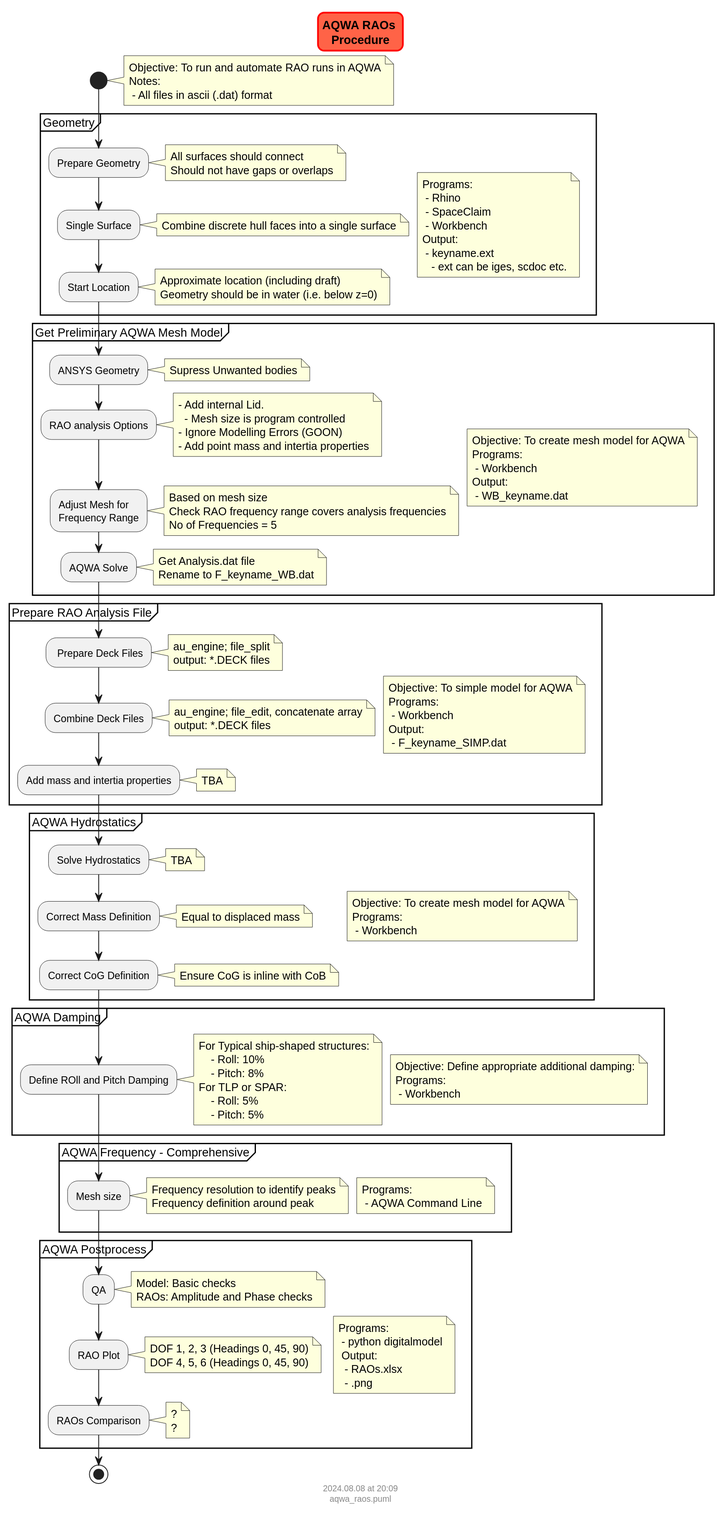
Above: docs/pkg_ansys/aqwa/flowcharts/aqwa_raos.svg in vamseeachanta/digitalmodel (PlantUML), before the change.
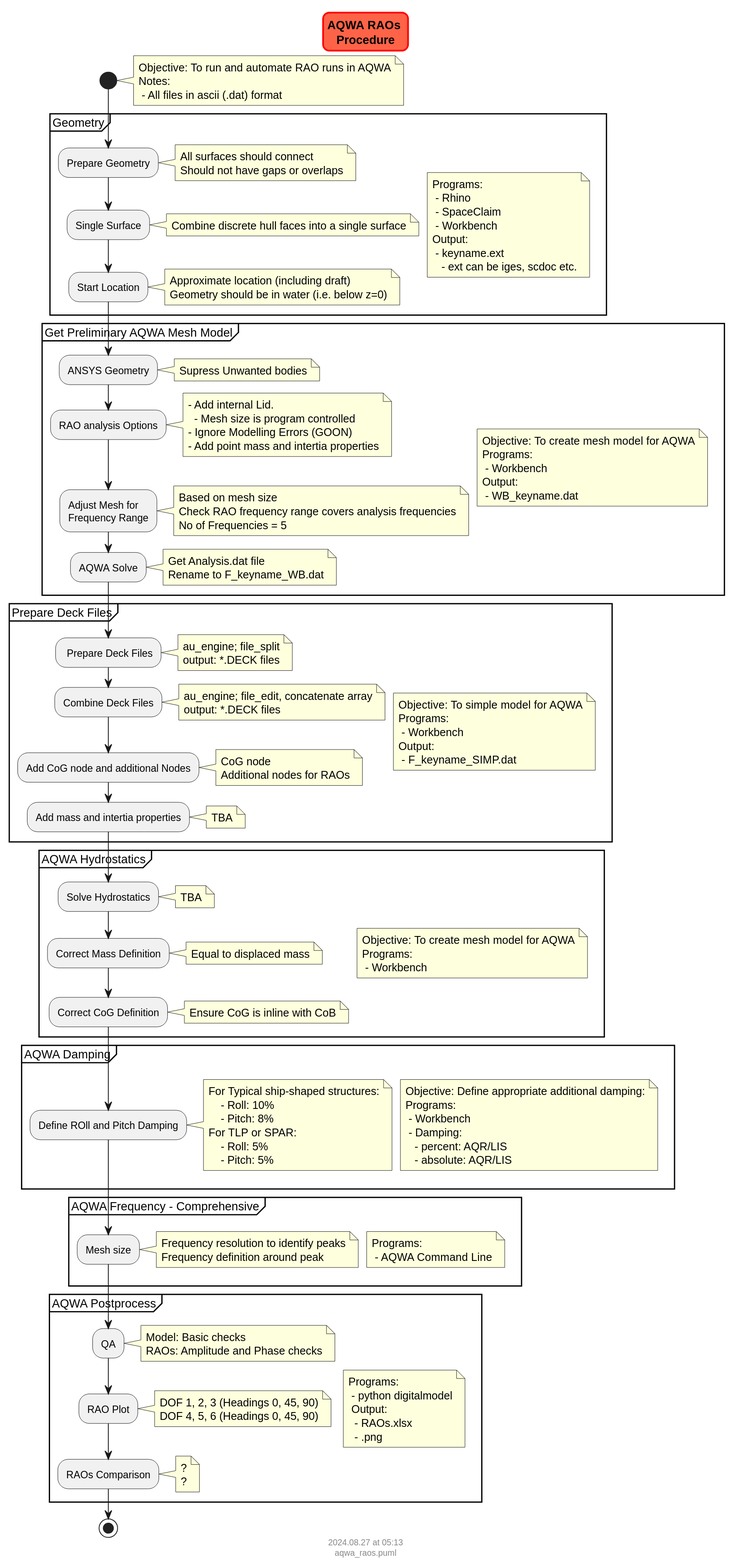
After the change.

Change to the diagram source:
```diff
@@ -84,7 +84,7 @@
 
     }
 
-    partition "Prepare RAO Analysis File" {
+    partition "Prepare Deck Files" {
             note right
                 Objective: To simple model for AQWA
                 Programs:
@@ -103,6 +103,12 @@
             note right
                 au_engine; file_edit, concatenate array
                 output: *.DECK files
+            end note
+
+        :Add CoG node and additional Nodes;
+            note right
+                CoG node
+                Additional nodes for RAOs
             end note
 
         :Add mass and intertia properties;
@@ -140,6 +146,9 @@
                 Objective: Define appropriate additional damping:
                 Programs:
                  - Workbench
+                 - Damping:
+                   - percent: AQR/LIS
+                   - absolute: AQR/LIS
             end note
 
         :Define ROll and Pitch Damping;
```
